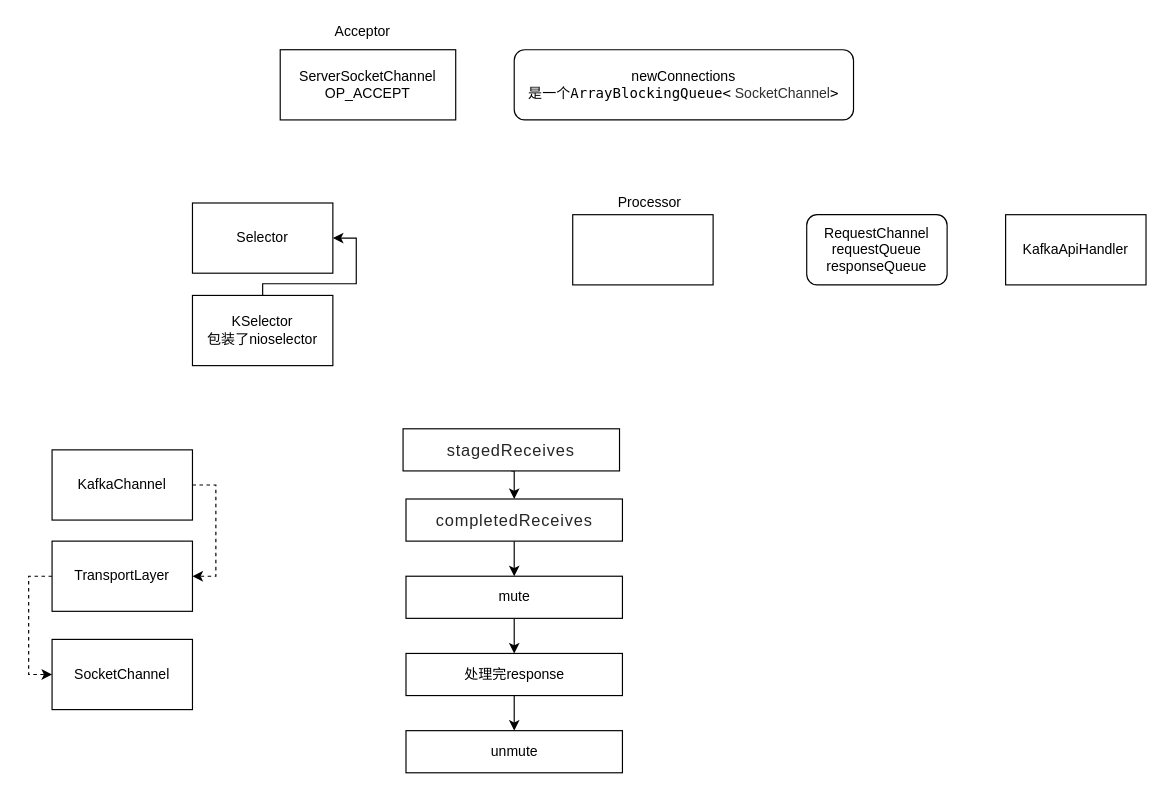
Earlier version of the draw.io diagram kafka.drawio (jintianfan/draw-arc). Source tidied: cells renumbered, new cells numbered last; positions are measured from the earlier drawing's top-left corner, leaving out a move shared by most shapes. Both pictures are drawn from the tidied source at 117%, with x=0, y=0 at pixel (51, 20).
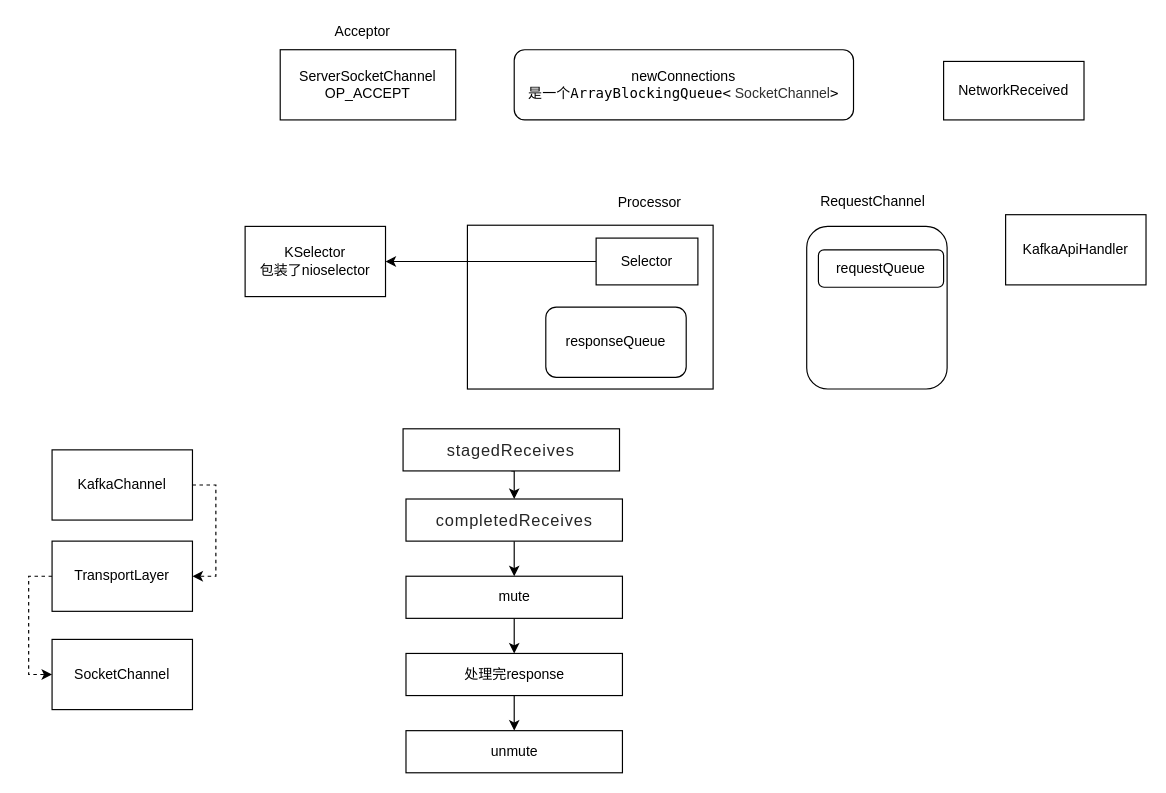
The same page after the edit.

The edit, as a diff of the source:
```diff
@@
     <mxCell id="5" style="rounded=0;whiteSpace=wrap;html=1;" parent="1" vertex="1">
-      <mxGeometry x="445" y="166" width="120" height="60" as="geometry" />
+      <mxGeometry x="355" y="175" width="210" height="140" as="geometry" />
     </mxCell>
@@
-    <mxCell id="7" value="RequestChannel&lt;br&gt;requestQueue&lt;br&gt;responseQueue" style="rounded=1;whiteSpace=wrap;html=1;" parent="1" vertex="1">
-      <mxGeometry x="645" y="166" width="120" height="60" as="geometry" />
+    <mxCell id="7" style="rounded=1;whiteSpace=wrap;html=1;" parent="1" vertex="1">
+      <mxGeometry x="645" y="176" width="120" height="139" as="geometry" />
     </mxCell>
@@
-    <mxCell id="19" style="edgeStyle=orthogonalEdgeStyle;rounded=0;jettySize=auto;html=1;entryX=1;entryY=0.5;entryDx=0;entryDy=0;" parent="1" edge="1" source="20" target="21">
-      <mxGeometry relative="1" as="geometry">
-        <Array as="points">
-          <mxPoint x="180" y="225" />
-          <mxPoint x="260" y="225" />
-          <mxPoint x="260" y="186" />
-        </Array>
-      </mxGeometry>
-    </mxCell>
     <mxCell id="20" value="KSelector&lt;br&gt;包装了nioselector" style="rounded=0;whiteSpace=wrap;html=1;" parent="1" vertex="1">
-      <mxGeometry x="120" y="235" width="120" height="60" as="geometry" />
+      <mxGeometry x="165" y="176" width="120" height="60" as="geometry" />
     </mxCell>
+    <mxCell id="27" style="edgeStyle=orthogonalEdgeStyle;rounded=0;jettySize=auto;html=1;entryX=1;entryY=0.5;entryDx=0;entryDy=0;" parent="1" edge="1" source="21" target="20">
+      <mxGeometry relative="1" as="geometry" />
+    </mxCell>
     <mxCell id="21" value="Selector" style="rounded=0;whiteSpace=wrap;html=1;" parent="1" vertex="1">
-      <mxGeometry x="120" y="156" width="120" height="60" as="geometry" />
+      <mxGeometry x="465" y="186" width="87" height="40" as="geometry" />
     </mxCell>
@@
+    <mxCell id="28" value="responseQueue" style="rounded=1;whiteSpace=wrap;html=1;" parent="1" vertex="1">
+      <mxGeometry x="422" y="245" width="120" height="60" as="geometry" />
+    </mxCell>
+    <mxCell id="29" value="RequestChannel" style="text;html=1;align=left;verticalAlign=top;spacingTop=-4;" parent="1" vertex="1">
+      <mxGeometry x="655" y="145" width="100" height="20" as="geometry" />
+    </mxCell>
+    <mxCell id="30" value="requestQueue" style="rounded=1;whiteSpace=wrap;html=1;" parent="1" vertex="1">
+      <mxGeometry x="655" y="196" width="107" height="32" as="geometry" />
+    </mxCell>
+    <mxCell id="31" value="NetworkReceived" style="rounded=0;whiteSpace=wrap;html=1;" parent="1" vertex="1">
+      <mxGeometry x="762" y="35" width="120" height="50" as="geometry" />
+    </mxCell>
```
